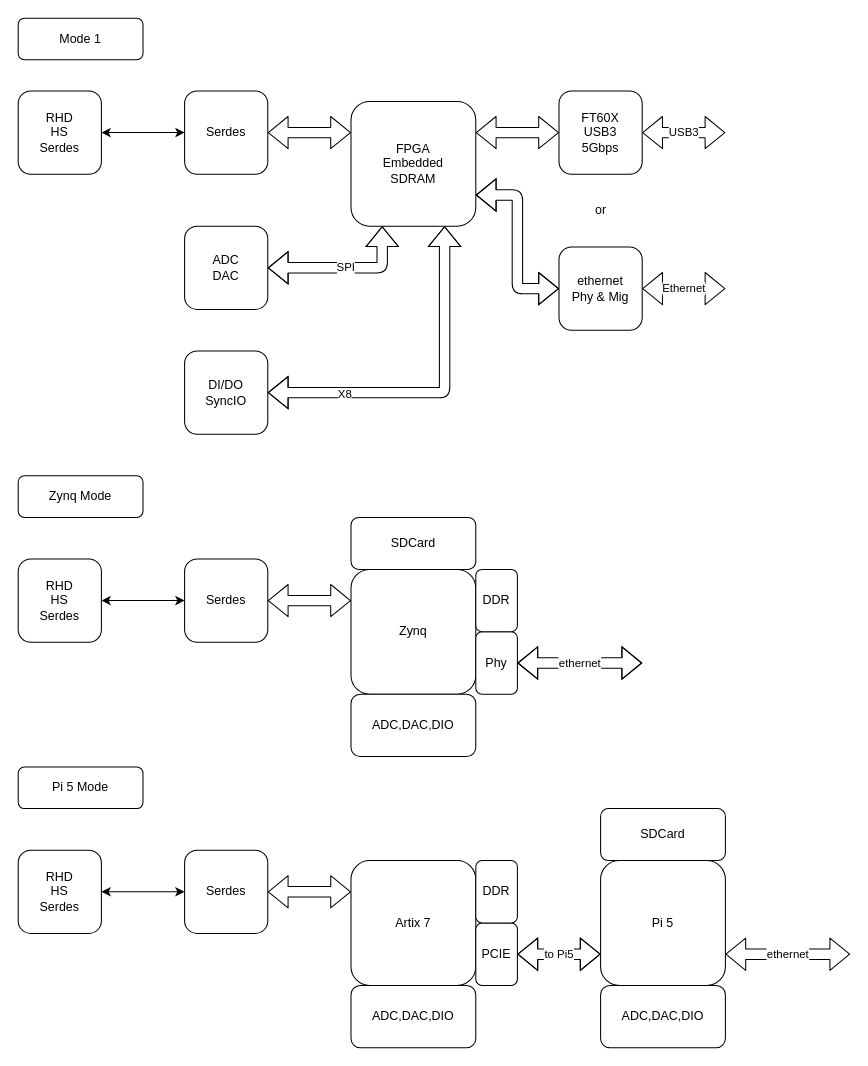
Above: docs/diagrams/2025/miniDAQ.dio in tzechienchu/mynotes (draw.io), before the change. Source tidied: cells renumbered, new cells numbered last; positions are measured from the earlier drawing's top-left corner, leaving out a move shared by most shapes. Both pictures are drawn from the tidied source at 104%, with x=0, y=0 at pixel (18, 18).
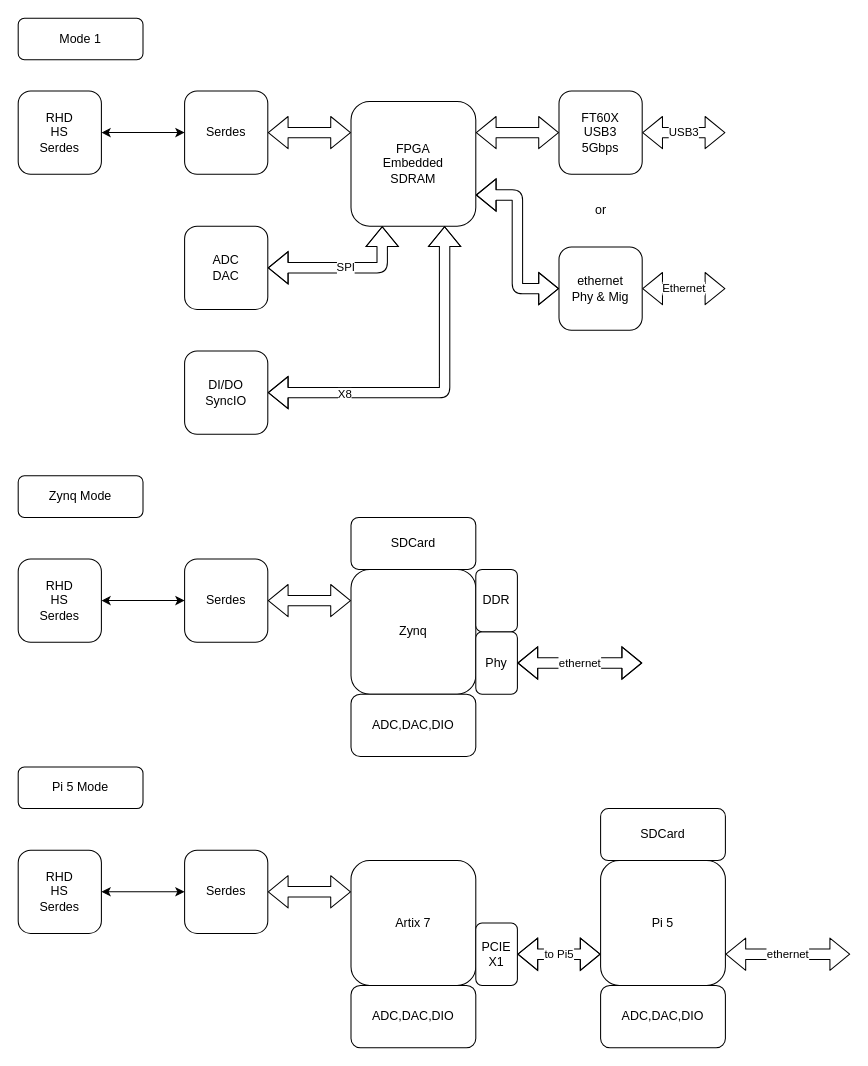
Above is the later version.

What changed in the source:
```diff
@@
-    <mxCell id="36" value="PCIE" style="rounded=1;whiteSpace=wrap;html=1;" parent="1" vertex="1">
+    <mxCell id="36" value="PCIE&lt;br&gt;X1" style="rounded=1;whiteSpace=wrap;html=1;" parent="1" vertex="1">
       <mxGeometry x="440" y="870" width="40" height="60" as="geometry" />
     </mxCell>
-    <mxCell id="37" value="DDR" style="rounded=1;whiteSpace=wrap;html=1;" parent="1" vertex="1">
-      <mxGeometry x="440" y="810" width="40" height="60" as="geometry" />
-    </mxCell>
```
